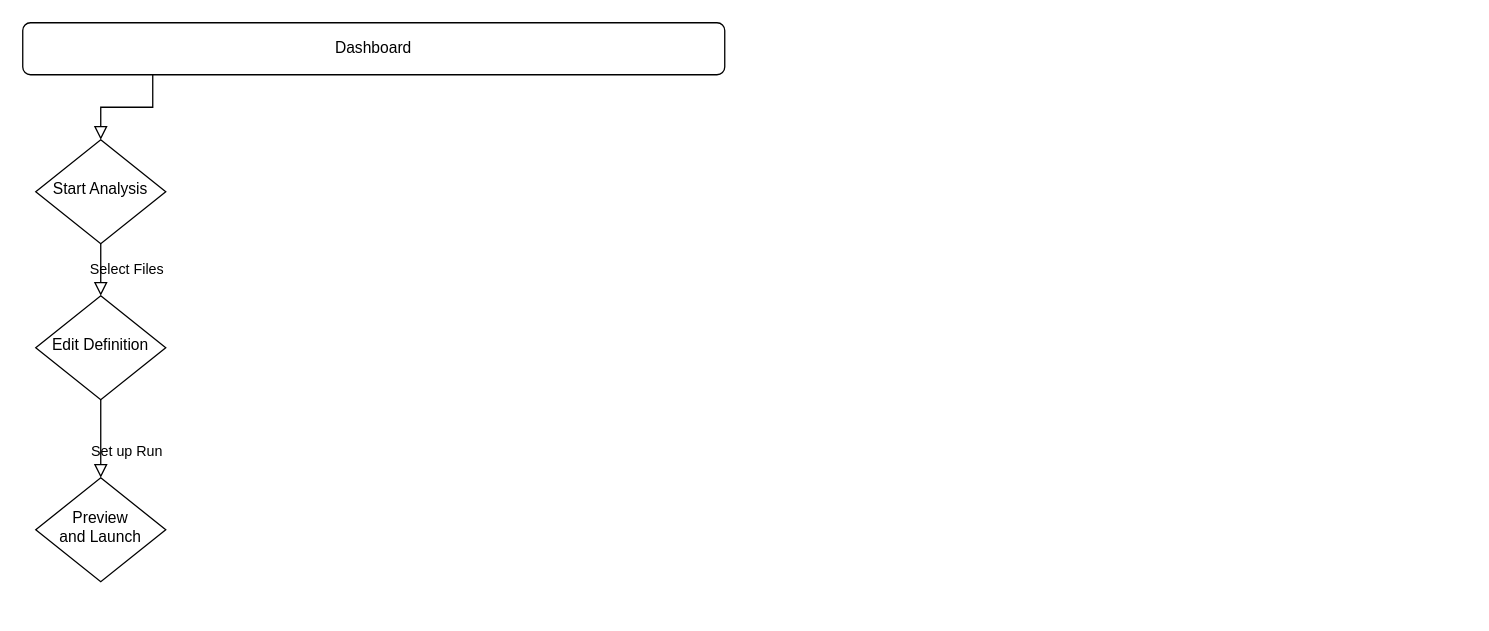
This is Untitled Diagram.drawio from reggaebass/pilar-test, a draw.io file, before an edit. Source tidied: cells renumbered, new cells numbered last; positions are measured from the earlier drawing's top-left corner, leaving out a move shared by most shapes. Both pictures are drawn from the tidied source at 130%, with x=0, y=0 at pixel (22, 22).
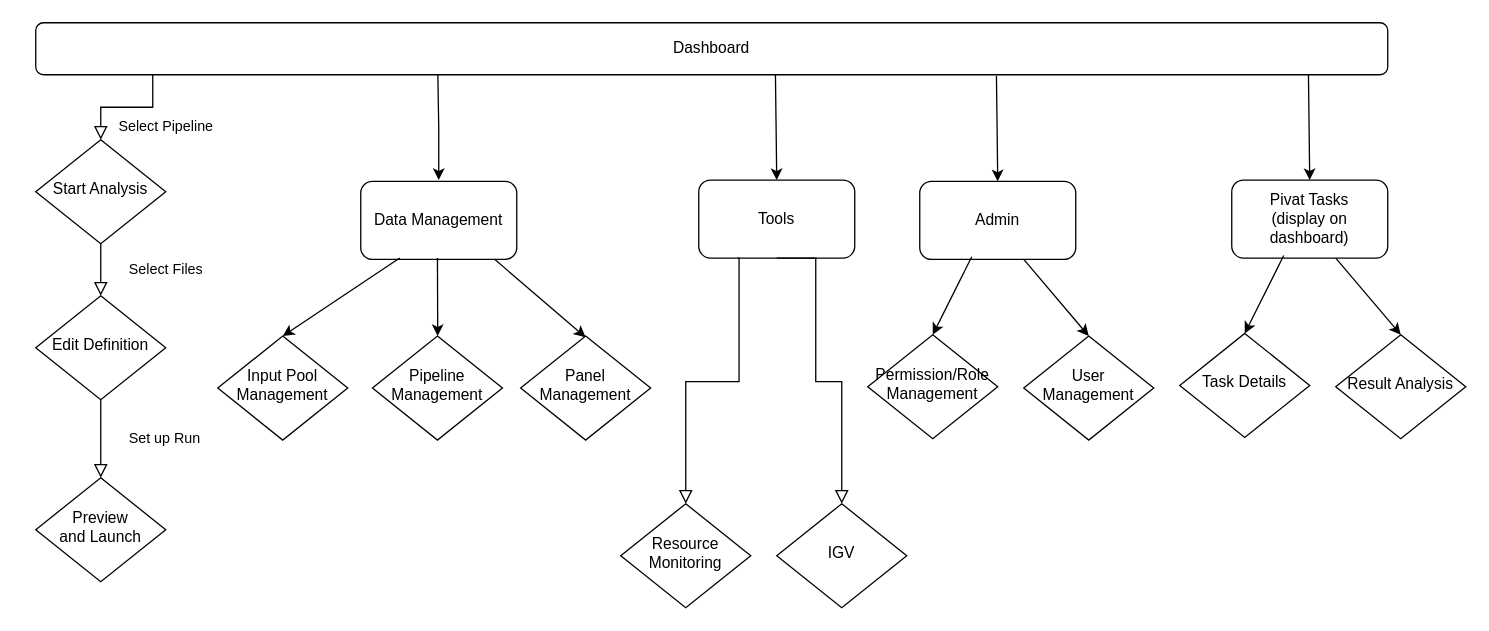
After the change.

The change refers to these unchanged cells:
```xml
<mxCell id="5" value="Start Analysis" style="rhombus;whiteSpace=wrap;html=1;shadow=0;fontFamily=Helvetica;fontSize=12;align=center;strokeWidth=1;spacing=6;spacingTop=-4;" parent="1" vertex="1">
  <mxGeometry x="10" y="90" width="100" height="80" as="geometry" />
</mxCell>
<mxCell id="7" value="Edit Definition" style="rhombus;whiteSpace=wrap;html=1;shadow=0;fontFamily=Helvetica;fontSize=12;align=center;strokeWidth=1;spacing=6;spacingTop=-4;" parent="1" vertex="1">
  <mxGeometry x="10" y="210" width="100" height="80" as="geometry" />
</mxCell>
```

What changed in the source:
```diff
@@
-    <mxCell id="2" style="rounded=0;html=1;jettySize=auto;fontSize=11;endArrow=block;endFill=0;endSize=8;strokeWidth=1;shadow=0;labelBackgroundColor=none;edgeStyle=orthogonalEdgeStyle;" parent="1" edge="1" source="3" target="5">
-      <mxGeometry relative="1" as="geometry">
+    <mxCell id="2" value="Select Pipeline" style="rounded=0;html=1;jettySize=auto;fontSize=11;endArrow=block;endFill=0;endSize=8;strokeWidth=1;shadow=0;labelBackgroundColor=none;edgeStyle=orthogonalEdgeStyle;" parent="1" edge="1" source="3" target="5">
+      <mxGeometry x="-0.44" y="18" relative="1" as="geometry">
         <Array as="points">
           <mxPoint x="100" y="65" />
           <mxPoint x="60" y="65" />
         </Array>
+        <mxPoint x="10" y="-3" as="offset" />
       </mxGeometry>
     </mxCell>
     <mxCell id="3" value="Dashboard" style="rounded=1;whiteSpace=wrap;html=1;fontSize=12;glass=0;strokeWidth=1;shadow=0;" parent="1" vertex="1">
-      <mxGeometry width="540" height="40" as="geometry" />
+      <mxGeometry x="10" width="1040" height="40" as="geometry" />
     </mxCell>
     <mxCell id="4" value="Select Files" style="rounded=0;html=1;jettySize=auto;fontSize=11;endArrow=block;endFill=0;endSize=8;strokeWidth=1;shadow=0;labelBackgroundColor=none;edgeStyle=orthogonalEdgeStyle;" parent="1" edge="1" source="5" target="7">
-      <mxGeometry y="20" relative="1" as="geometry" />
+      <mxGeometry y="50" relative="1" as="geometry" />
     </mxCell>
@@
     <mxCell id="6" value="Set up Run" style="rounded=0;html=1;jettySize=auto;fontSize=11;endArrow=block;endFill=0;endSize=8;strokeWidth=1;shadow=0;labelBackgroundColor=none;edgeStyle=orthogonalEdgeStyle;" parent="1" edge="1" source="7">
-      <mxGeometry x="0.33" y="20" relative="1" as="geometry">
+      <mxGeometry x="0.01" y="49" relative="1" as="geometry">
         <mxPoint x="60" y="350" as="targetPoint" />
+        <mxPoint y="-1" as="offset" />
       </mxGeometry>
     </mxCell>
@@
+    <mxCell id="9" style="endArrow=classic;html=1;rounded=0;exitX=0.369;exitY=0.975;exitDx=0;exitDy=0;exitPerimeter=0;" parent="1" edge="1">
+      <mxGeometry relative="1" as="geometry">
+        <mxPoint x="319.3" y="40" as="sourcePoint" />
+        <mxPoint x="320" y="121" as="targetPoint" />
+        <Array as="points">
+          <mxPoint x="320" y="81" />
+        </Array>
+      </mxGeometry>
+    </mxCell>
+    <mxCell id="10" value="Data Management" style="rounded=1;whiteSpace=wrap;html=1;" parent="1" vertex="1">
+      <mxGeometry x="260" y="122" width="120" height="60" as="geometry" />
+    </mxCell>
+    <mxCell id="11" style="endArrow=classic;html=1;rounded=0;exitX=0.369;exitY=0.975;exitDx=0;exitDy=0;exitPerimeter=0;" parent="1" edge="1">
+      <mxGeometry relative="1" as="geometry">
+        <mxPoint x="579" y="40" as="sourcePoint" />
+        <mxPoint x="580" y="121" as="targetPoint" />
+      </mxGeometry>
+    </mxCell>
+    <mxCell id="12" value="Tools" style="rounded=1;whiteSpace=wrap;html=1;" parent="1" vertex="1">
+      <mxGeometry x="520" y="121" width="120" height="60" as="geometry" />
+    </mxCell>
+    <mxCell id="13" style="rounded=0;html=1;jettySize=auto;fontSize=11;endArrow=block;endFill=0;endSize=8;strokeWidth=1;shadow=0;labelBackgroundColor=none;edgeStyle=orthogonalEdgeStyle;" parent="1" edge="1" target="14">
+      <mxGeometry y="20" relative="1" as="geometry">
+        <mxPoint x="580" y="181" as="sourcePoint" />
+        <Array as="points">
+          <mxPoint x="610" y="181" />
+          <mxPoint x="610" y="276" />
+          <mxPoint x="630" y="276" />
+        </Array>
+      </mxGeometry>
+    </mxCell>
+    <mxCell id="14" value="IGV" style="rhombus;whiteSpace=wrap;html=1;shadow=0;fontFamily=Helvetica;fontSize=12;align=center;strokeWidth=1;spacing=6;spacingTop=-4;" parent="1" vertex="1">
+      <mxGeometry x="580" y="370" width="100" height="80" as="geometry" />
+    </mxCell>
+    <mxCell id="15" style="endArrow=classic;html=1;rounded=0;" parent="1" edge="1">
+      <mxGeometry relative="1" as="geometry">
+        <mxPoint x="363" y="182" as="sourcePoint" />
+        <mxPoint x="433" y="242" as="targetPoint" />
+      </mxGeometry>
+    </mxCell>
+    <mxCell id="16" value="Panel Management" style="rhombus;whiteSpace=wrap;html=1;shadow=0;fontFamily=Helvetica;fontSize=12;align=center;strokeWidth=1;spacing=6;spacingTop=-4;" parent="1" vertex="1">
+      <mxGeometry x="383" y="241" width="100" height="80" as="geometry" />
+    </mxCell>
+    <mxCell id="17" value="Resource&lt;br&gt;Monitoring" style="rhombus;whiteSpace=wrap;html=1;shadow=0;fontFamily=Helvetica;fontSize=12;align=center;strokeWidth=1;spacing=6;spacingTop=-4;" parent="1" vertex="1">
+      <mxGeometry x="460" y="370" width="100" height="80" as="geometry" />
+    </mxCell>
+    <mxCell id="18" style="rounded=0;html=1;jettySize=auto;fontSize=11;endArrow=block;endFill=0;endSize=8;strokeWidth=1;shadow=0;labelBackgroundColor=none;edgeStyle=orthogonalEdgeStyle;entryX=0.5;entryY=0;entryDx=0;entryDy=0;" parent="1" edge="1" target="17">
+      <mxGeometry y="20" relative="1" as="geometry">
+        <mxPoint x="550" y="181" as="sourcePoint" />
+        <Array as="points">
+          <mxPoint x="551" y="181" />
+          <mxPoint x="551" y="276" />
+          <mxPoint x="510" y="276" />
+        </Array>
+      </mxGeometry>
+    </mxCell>
+    <mxCell id="19" value="Pipeline&lt;br&gt;Management" style="rhombus;whiteSpace=wrap;html=1;shadow=0;fontFamily=Helvetica;fontSize=12;align=center;strokeWidth=1;spacing=6;spacingTop=-4;" parent="1" vertex="1">
+      <mxGeometry x="269" y="241" width="100" height="80" as="geometry" />
+    </mxCell>
+    <mxCell id="20" value="Input Pool&lt;br&gt;Management" style="rhombus;whiteSpace=wrap;html=1;shadow=0;fontFamily=Helvetica;fontSize=12;align=center;strokeWidth=1;spacing=6;spacingTop=-4;" parent="1" vertex="1">
+      <mxGeometry x="150" y="241" width="100" height="80" as="geometry" />
+    </mxCell>
+    <mxCell id="21" style="endArrow=classic;html=1;rounded=0;entryX=0.5;entryY=0;entryDx=0;entryDy=0;" parent="1" edge="1" target="20">
+      <mxGeometry relative="1" as="geometry">
+        <mxPoint x="290" y="181" as="sourcePoint" />
+      </mxGeometry>
+    </mxCell>
+    <mxCell id="22" style="endArrow=classic;html=1;rounded=0;" parent="1" edge="1">
+      <mxGeometry relative="1" as="geometry">
+        <mxPoint x="319" y="181" as="sourcePoint" />
+        <mxPoint x="319.2" y="241" as="targetPoint" />
+      </mxGeometry>
+    </mxCell>
+    <mxCell id="23" style="endArrow=classic;html=1;rounded=0;exitX=0.369;exitY=0.975;exitDx=0;exitDy=0;exitPerimeter=0;" parent="1" edge="1">
+      <mxGeometry relative="1" as="geometry">
+        <mxPoint x="749" y="41" as="sourcePoint" />
+        <mxPoint x="750" y="122" as="targetPoint" />
+      </mxGeometry>
+    </mxCell>
+    <mxCell id="24" value="Admin" style="rounded=1;whiteSpace=wrap;html=1;" parent="1" vertex="1">
+      <mxGeometry x="690" y="122" width="120" height="60" as="geometry" />
+    </mxCell>
+    <mxCell id="25" style="endArrow=classic;html=1;rounded=0;entryX=0.5;entryY=0;entryDx=0;entryDy=0;" parent="1" edge="1" target="26">
+      <mxGeometry relative="1" as="geometry">
+        <mxPoint x="770" y="182" as="sourcePoint" />
+      </mxGeometry>
+    </mxCell>
+    <mxCell id="26" value="User Management" style="rhombus;whiteSpace=wrap;html=1;shadow=0;fontFamily=Helvetica;fontSize=12;align=center;strokeWidth=1;spacing=6;spacingTop=-4;" parent="1" vertex="1">
+      <mxGeometry x="770" y="241" width="100" height="80" as="geometry" />
+    </mxCell>
+    <mxCell id="27" value="Permission/Role&lt;br&gt;Management" style="rhombus;whiteSpace=wrap;html=1;shadow=0;fontFamily=Helvetica;fontSize=12;align=center;strokeWidth=1;spacing=6;spacingTop=-4;" parent="1" vertex="1">
+      <mxGeometry x="650" y="240" width="100" height="80" as="geometry" />
+    </mxCell>
+    <mxCell id="28" style="endArrow=classic;html=1;rounded=0;entryX=0.5;entryY=0;entryDx=0;entryDy=0;" parent="1" edge="1" target="27">
+      <mxGeometry relative="1" as="geometry">
+        <mxPoint x="730" y="180" as="sourcePoint" />
+      </mxGeometry>
+    </mxCell>
+    <mxCell id="29" style="endArrow=classic;html=1;rounded=0;exitX=0.369;exitY=0.975;exitDx=0;exitDy=0;exitPerimeter=0;" parent="1" edge="1">
+      <mxGeometry relative="1" as="geometry">
+        <mxPoint x="989" y="40" as="sourcePoint" />
+        <mxPoint x="990" y="121" as="targetPoint" />
+      </mxGeometry>
+    </mxCell>
+    <mxCell id="30" value="Pivat Tasks&lt;br&gt;(display on dashboard)" style="rounded=1;whiteSpace=wrap;html=1;" parent="1" vertex="1">
+      <mxGeometry x="930" y="121" width="120" height="60" as="geometry" />
+    </mxCell>
+    <mxCell id="31" style="endArrow=classic;html=1;rounded=0;entryX=0.5;entryY=0;entryDx=0;entryDy=0;" parent="1" edge="1" target="32">
+      <mxGeometry relative="1" as="geometry">
+        <mxPoint x="1010" y="181" as="sourcePoint" />
+      </mxGeometry>
+    </mxCell>
+    <mxCell id="32" value="Result Analysis" style="rhombus;whiteSpace=wrap;html=1;shadow=0;fontFamily=Helvetica;fontSize=12;align=center;strokeWidth=1;spacing=6;spacingTop=-4;" parent="1" vertex="1">
+      <mxGeometry x="1010" y="240" width="100" height="80" as="geometry" />
+    </mxCell>
+    <mxCell id="33" value="Task Details" style="rhombus;whiteSpace=wrap;html=1;shadow=0;fontFamily=Helvetica;fontSize=12;align=center;strokeWidth=1;spacing=6;spacingTop=-4;" parent="1" vertex="1">
+      <mxGeometry x="890" y="239" width="100" height="80" as="geometry" />
+    </mxCell>
+    <mxCell id="34" style="endArrow=classic;html=1;rounded=0;entryX=0.5;entryY=0;entryDx=0;entryDy=0;" parent="1" edge="1" target="33">
+      <mxGeometry relative="1" as="geometry">
+        <mxPoint x="970" y="179" as="sourcePoint" />
+      </mxGeometry>
+    </mxCell>
```
